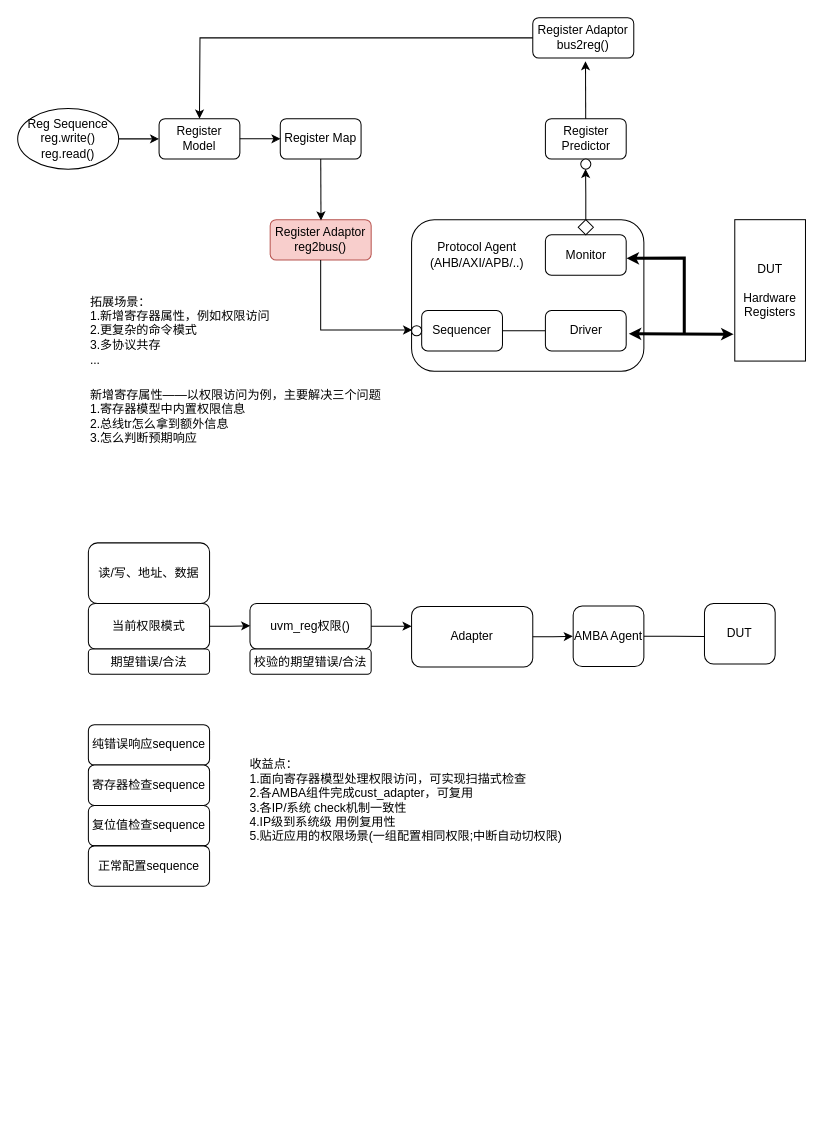
Above: page "第 4 页" (4 of 4) of drawio/dsadc.drawio in iceyxy/flow-chart-drawio (draw.io), before the change. Source tidied: cells renumbered, new cells numbered last; positions are measured from the earlier drawing's top-left corner, leaving out a move shared by most shapes. Both pictures are drawn from the tidied source at 101%, with x=0, y=0 at pixel (17, 17).
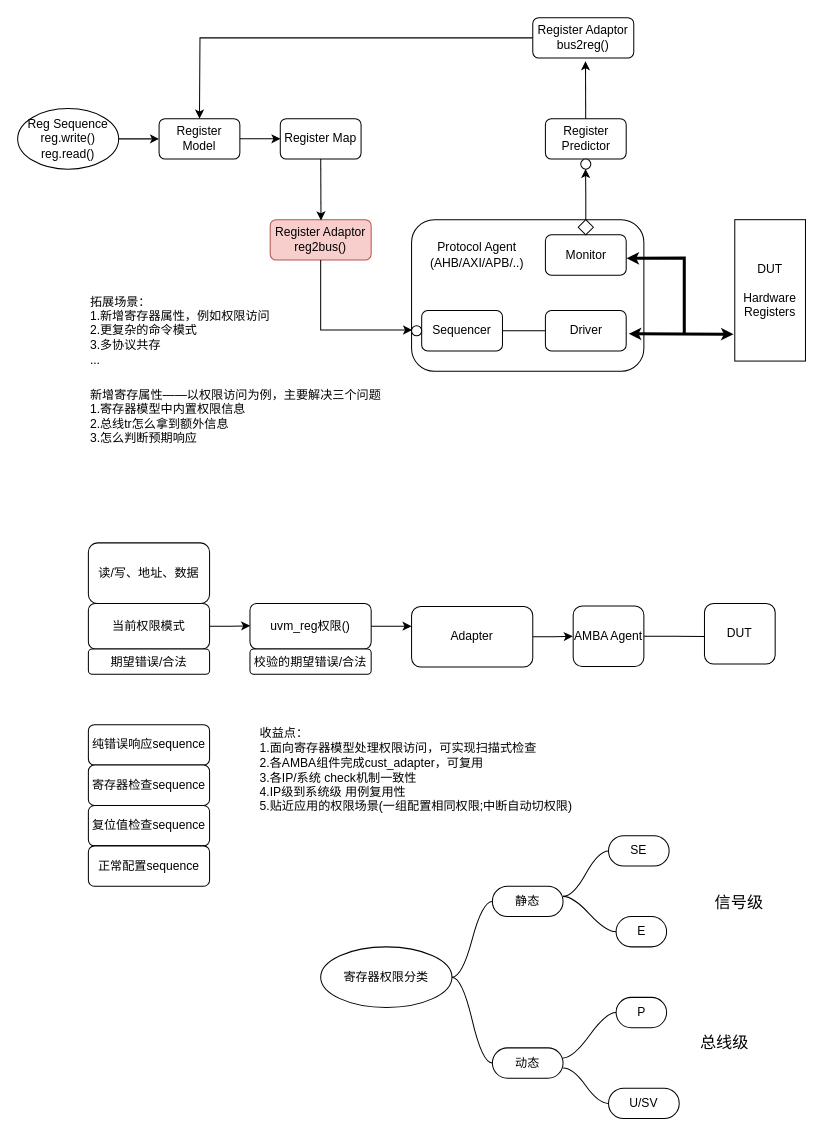
Above is the later version.

The edit, as a diff of the source:
```diff
@@
     <mxCell id="45" value="&lt;div&gt;收益点：&lt;/div&gt;&lt;div&gt;1.面向寄存器模型处理权限访问，可实现扫描式检查&lt;/div&gt;&lt;div&gt;2.各AMBA组件完成cust_adapter，可复用&lt;/div&gt;&lt;div&gt;3.各IP/系统 check机制一致性&lt;/div&gt;&lt;div&gt;4.IP级到系统级 用例复用性&lt;/div&gt;&lt;div&gt;5.贴近应用的权限场景(一组配置相同权限;中断自动切权限)&lt;/div&gt;" style="text;strokeColor=none;align=left;fillColor=none;html=1;verticalAlign=middle;whiteSpace=wrap;rounded=0;" parent="1" vertex="1">
-      <mxGeometry x="227.5" y="760" width="330" height="30" as="geometry" />
+      <mxGeometry x="237.5" y="730" width="330" height="30" as="geometry" />
     </mxCell>
+    <mxCell id="46" value="寄存器权限分类" style="ellipse;whiteSpace=wrap;html=1;align=center;newEdgeStyle={&quot;edgeStyle&quot;:&quot;entityRelationEdgeStyle&quot;,&quot;startArrow&quot;:&quot;none&quot;,&quot;endArrow&quot;:&quot;none&quot;,&quot;segment&quot;:10,&quot;curved&quot;:1,&quot;sourcePerimeterSpacing&quot;:0,&quot;targetPerimeterSpacing&quot;:0};" parent="1" vertex="1">
+      <mxGeometry x="300" y="920" width="130" height="60" as="geometry" />
+    </mxCell>
+    <mxCell id="47" value="静态" style="whiteSpace=wrap;html=1;rounded=1;arcSize=50;align=center;verticalAlign=middle;strokeWidth=1;spacing=4;newEdgeStyle={&quot;edgeStyle&quot;:&quot;entityRelationEdgeStyle&quot;,&quot;startArrow&quot;:&quot;none&quot;,&quot;endArrow&quot;:&quot;none&quot;,&quot;segment&quot;:10,&quot;curved&quot;:1,&quot;sourcePerimeterSpacing&quot;:0,&quot;targetPerimeterSpacing&quot;:0};" parent="1" vertex="1">
+      <mxGeometry x="470" y="860" width="70" height="30" as="geometry" />
+    </mxCell>
+    <mxCell id="48" style="edgeStyle=entityRelationEdgeStyle;startArrow=none;endArrow=none;segment=10;curved=1;sourcePerimeterSpacing=0;targetPerimeterSpacing=0;rounded=0;fontSize=12;startSize=8;endSize=8;exitX=1;exitY=0.5;exitDx=0;exitDy=0;exitPerimeter=0;" parent="1" edge="1" source="46" target="47">
+      <mxGeometry relative="1" as="geometry" />
+    </mxCell>
+    <mxCell id="49" value="动态" style="whiteSpace=wrap;html=1;rounded=1;arcSize=50;align=center;verticalAlign=middle;strokeWidth=1;spacing=4;newEdgeStyle={&quot;edgeStyle&quot;:&quot;entityRelationEdgeStyle&quot;,&quot;startArrow&quot;:&quot;none&quot;,&quot;endArrow&quot;:&quot;none&quot;,&quot;segment&quot;:10,&quot;curved&quot;:1,&quot;sourcePerimeterSpacing&quot;:0,&quot;targetPerimeterSpacing&quot;:0};" parent="1" vertex="1">
+      <mxGeometry x="470" y="1020" width="70" height="30" as="geometry" />
+    </mxCell>
+    <mxCell id="50" style="edgeStyle=entityRelationEdgeStyle;startArrow=none;endArrow=none;segment=10;curved=1;sourcePerimeterSpacing=0;targetPerimeterSpacing=0;rounded=0;fontSize=12;startSize=8;endSize=8;" parent="1" edge="1" target="49">
+      <mxGeometry relative="1" as="geometry">
+        <mxPoint x="430" y="950" as="sourcePoint" />
+      </mxGeometry>
+    </mxCell>
+    <mxCell id="51" value="P" style="whiteSpace=wrap;html=1;rounded=1;arcSize=50;align=center;verticalAlign=middle;strokeWidth=1;spacing=4;newEdgeStyle={&quot;edgeStyle&quot;:&quot;entityRelationEdgeStyle&quot;,&quot;startArrow&quot;:&quot;none&quot;,&quot;endArrow&quot;:&quot;none&quot;,&quot;segment&quot;:10,&quot;curved&quot;:1,&quot;sourcePerimeterSpacing&quot;:0,&quot;targetPerimeterSpacing&quot;:0};" parent="1" vertex="1">
+      <mxGeometry x="592.5" y="970" width="50" height="30" as="geometry" />
+    </mxCell>
+    <mxCell id="52" style="edgeStyle=entityRelationEdgeStyle;startArrow=none;endArrow=none;segment=10;curved=1;sourcePerimeterSpacing=0;targetPerimeterSpacing=0;rounded=0;fontSize=12;startSize=8;endSize=8;exitX=1;exitY=0.333;exitDx=0;exitDy=0;exitPerimeter=0;" parent="1" edge="1" source="49" target="51">
+      <mxGeometry relative="1" as="geometry" />
+    </mxCell>
+    <mxCell id="53" value="U/SV" style="whiteSpace=wrap;html=1;rounded=1;arcSize=50;align=center;verticalAlign=middle;strokeWidth=1;spacing=4;newEdgeStyle={&quot;edgeStyle&quot;:&quot;entityRelationEdgeStyle&quot;,&quot;startArrow&quot;:&quot;none&quot;,&quot;endArrow&quot;:&quot;none&quot;,&quot;segment&quot;:10,&quot;curved&quot;:1,&quot;sourcePerimeterSpacing&quot;:0,&quot;targetPerimeterSpacing&quot;:0};" parent="1" vertex="1">
+      <mxGeometry x="585" y="1060" width="70" height="30" as="geometry" />
+    </mxCell>
+    <mxCell id="54" style="edgeStyle=entityRelationEdgeStyle;startArrow=none;endArrow=none;segment=10;curved=1;sourcePerimeterSpacing=0;targetPerimeterSpacing=0;rounded=0;fontSize=12;startSize=8;endSize=8;exitX=1;exitY=0.667;exitDx=0;exitDy=0;exitPerimeter=0;" parent="1" edge="1" source="49" target="53">
+      <mxGeometry relative="1" as="geometry" />
+    </mxCell>
+    <mxCell id="55" value="SE" style="whiteSpace=wrap;html=1;rounded=1;arcSize=50;align=center;verticalAlign=middle;strokeWidth=1;spacing=4;newEdgeStyle={&quot;edgeStyle&quot;:&quot;entityRelationEdgeStyle&quot;,&quot;startArrow&quot;:&quot;none&quot;,&quot;endArrow&quot;:&quot;none&quot;,&quot;segment&quot;:10,&quot;curved&quot;:1,&quot;sourcePerimeterSpacing&quot;:0,&quot;targetPerimeterSpacing&quot;:0};" parent="1" vertex="1">
+      <mxGeometry x="585" y="810" width="60" height="30" as="geometry" />
+    </mxCell>
+    <mxCell id="56" style="edgeStyle=entityRelationEdgeStyle;startArrow=none;endArrow=none;segment=10;curved=1;sourcePerimeterSpacing=0;targetPerimeterSpacing=0;rounded=0;fontSize=12;startSize=8;endSize=8;exitX=1;exitY=0.333;exitDx=0;exitDy=0;exitPerimeter=0;" parent="1" edge="1" source="47" target="55">
+      <mxGeometry relative="1" as="geometry">
+        <Array as="points">
+          <mxPoint x="540" y="870" />
+        </Array>
+      </mxGeometry>
+    </mxCell>
+    <mxCell id="57" value="E" style="whiteSpace=wrap;html=1;rounded=1;arcSize=50;align=center;verticalAlign=middle;strokeWidth=1;spacing=4;newEdgeStyle={&quot;edgeStyle&quot;:&quot;entityRelationEdgeStyle&quot;,&quot;startArrow&quot;:&quot;none&quot;,&quot;endArrow&quot;:&quot;none&quot;,&quot;segment&quot;:10,&quot;curved&quot;:1,&quot;sourcePerimeterSpacing&quot;:0,&quot;targetPerimeterSpacing&quot;:0};" parent="1" vertex="1">
+      <mxGeometry x="592.5" y="890" width="50" height="30" as="geometry" />
+    </mxCell>
+    <mxCell id="58" style="edgeStyle=entityRelationEdgeStyle;startArrow=none;endArrow=none;segment=10;curved=1;sourcePerimeterSpacing=0;targetPerimeterSpacing=0;rounded=0;fontSize=12;startSize=8;endSize=8;" parent="1" edge="1" target="57">
+      <mxGeometry relative="1" as="geometry">
+        <mxPoint x="540" y="870" as="sourcePoint" />
+      </mxGeometry>
+    </mxCell>
+    <mxCell id="59" value="信号级" style="text;html=1;align=center;verticalAlign=middle;strokeColor=none;fillColor=none;fontSize=16;" parent="1" vertex="1">
+      <mxGeometry x="679" y="861" width="70" height="30" as="geometry" />
+    </mxCell>
+    <mxCell id="60" value="总线级" style="text;strokeColor=none;fillColor=none;html=1;align=center;verticalAlign=middle;whiteSpace=wrap;rounded=0;fontSize=16;" parent="1" vertex="1">
+      <mxGeometry x="670" y="1000" width="60" height="30" as="geometry" />
+    </mxCell>
```
